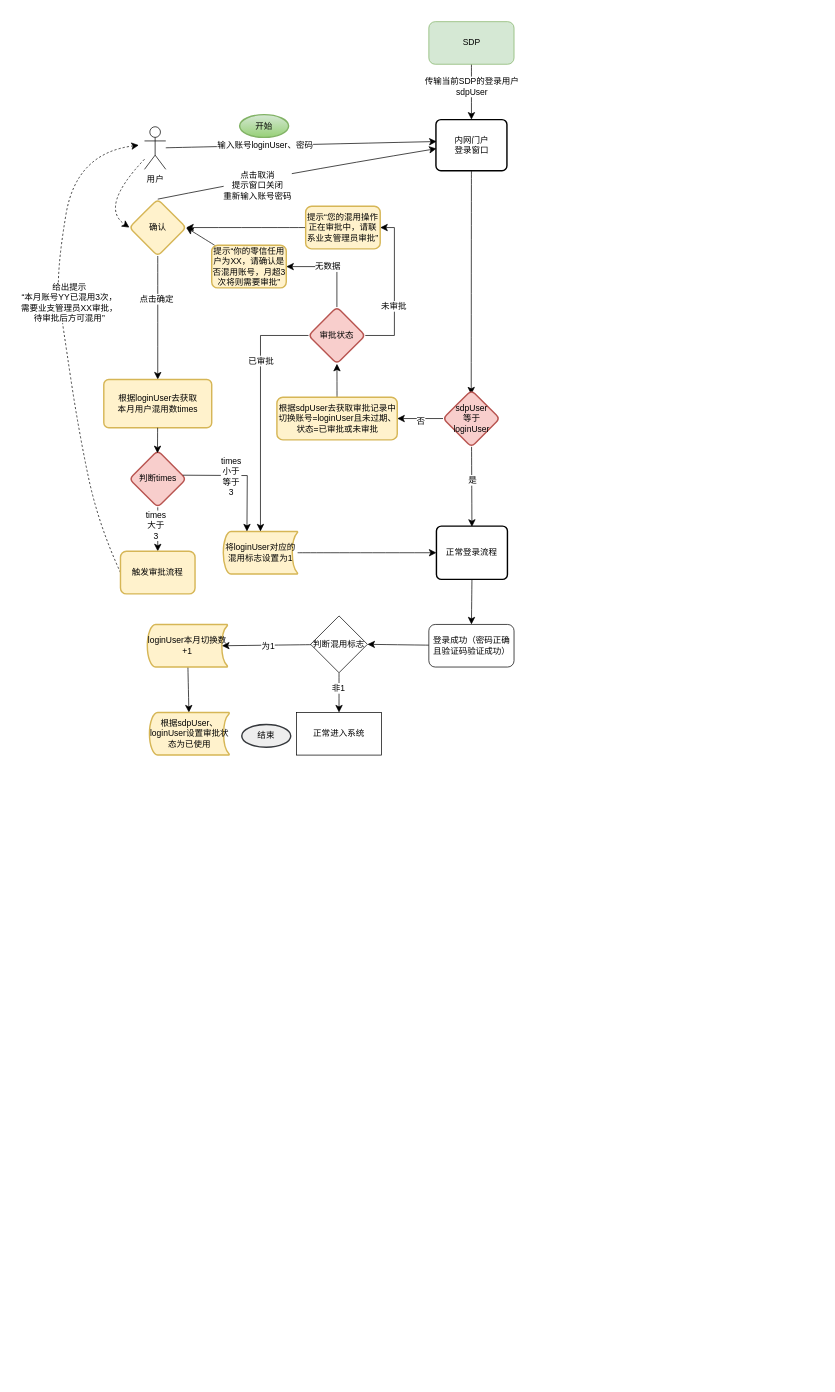
Earlier version of the draw.io diagram page "SDP结合登录流程图-3账号切换" (17 of 20) of 系统功能流程图/铁塔4A2024.drawio (158698706/tt4a). Source tidied: cells renumbered, new cells numbered last; positions are measured from the earlier drawing's top-left corner, leaving out a move shared by most shapes. Both pictures are drawn from the tidied source at 71%, with x=0, y=0 at pixel (12, 12).
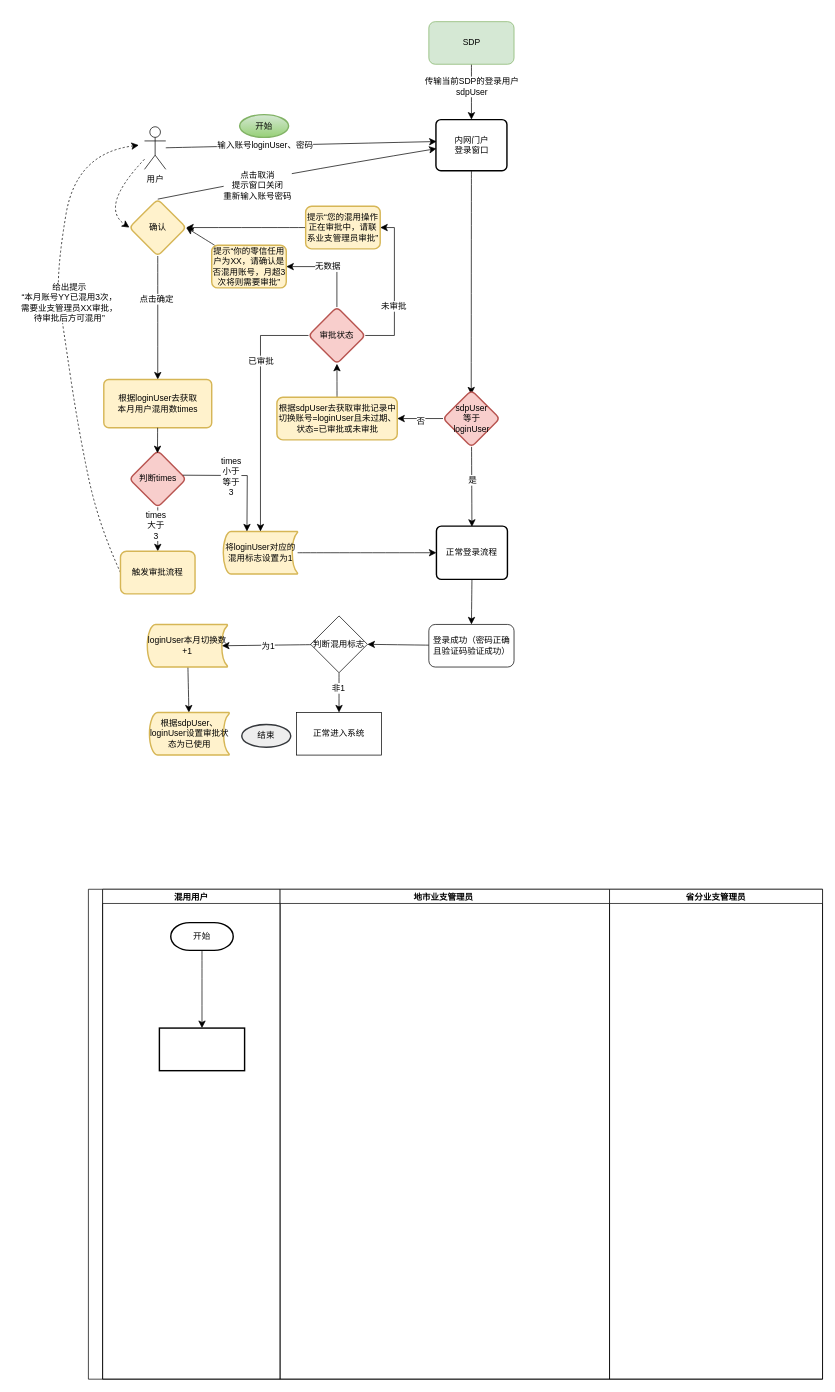
Above is the later version.

Change to the diagram source:
```diff
@@
+    <mxCell id="63" style="swimlane;startSize=20;horizontal=0;" parent="1" vertex="1">
+      <mxGeometry x="107" y="1235" width="1034" height="690" as="geometry" />
+    </mxCell>
+    <mxCell id="64" value="混用用户" style="swimlane;startSize=20;" parent="63" vertex="1">
+      <mxGeometry x="20" width="250" height="690" as="geometry" />
+    </mxCell>
+    <mxCell id="65" style="edgeStyle=none;curved=1;rounded=0;jettySize=auto;html=1;fontSize=12;startSize=8;endSize=8;" parent="64" edge="1" source="66" target="67">
+      <mxGeometry relative="1" as="geometry" />
+    </mxCell>
+    <mxCell id="66" value="开始" style="strokeWidth=2;html=1;shape=mxgraph.flowchart.terminator;whiteSpace=wrap;" parent="64" vertex="1">
+      <mxGeometry x="96" y="47" width="88" height="39" as="geometry" />
+    </mxCell>
+    <mxCell id="67" style="whiteSpace=wrap;html=1;strokeWidth=2;" parent="64" vertex="1">
+      <mxGeometry x="80" y="195.5" width="120" height="60" as="geometry" />
+    </mxCell>
+    <mxCell id="68" value="地市业支管理员 " style="swimlane;startSize=20;" parent="63" vertex="1">
+      <mxGeometry x="270" width="464" height="690" as="geometry" />
+    </mxCell>
+    <mxCell id="69" value="省分业支管理员" style="swimlane;startSize=20;" parent="63" vertex="1">
+      <mxGeometry x="734" width="300" height="690" as="geometry" />
+    </mxCell>
```
